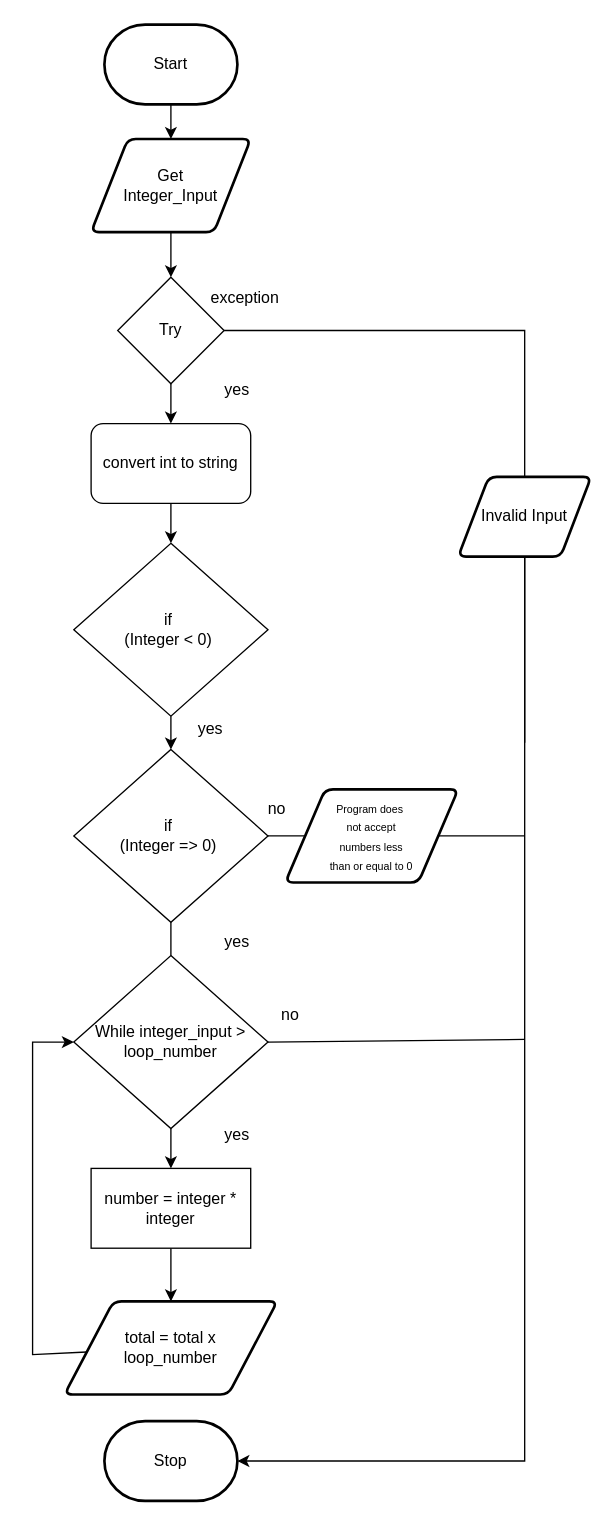
This is Drawio/FlowChart.Drawio from JacksonNaufal/ICS3U-Unit4-03-Python, a draw.io file, before an edit. Source tidied: cells renumbered, new cells numbered last; positions are measured from the earlier drawing's top-left corner, leaving out a move shared by most shapes. Both pictures are drawn from the tidied source at 133%, with x=0, y=0 at pixel (32, 24).
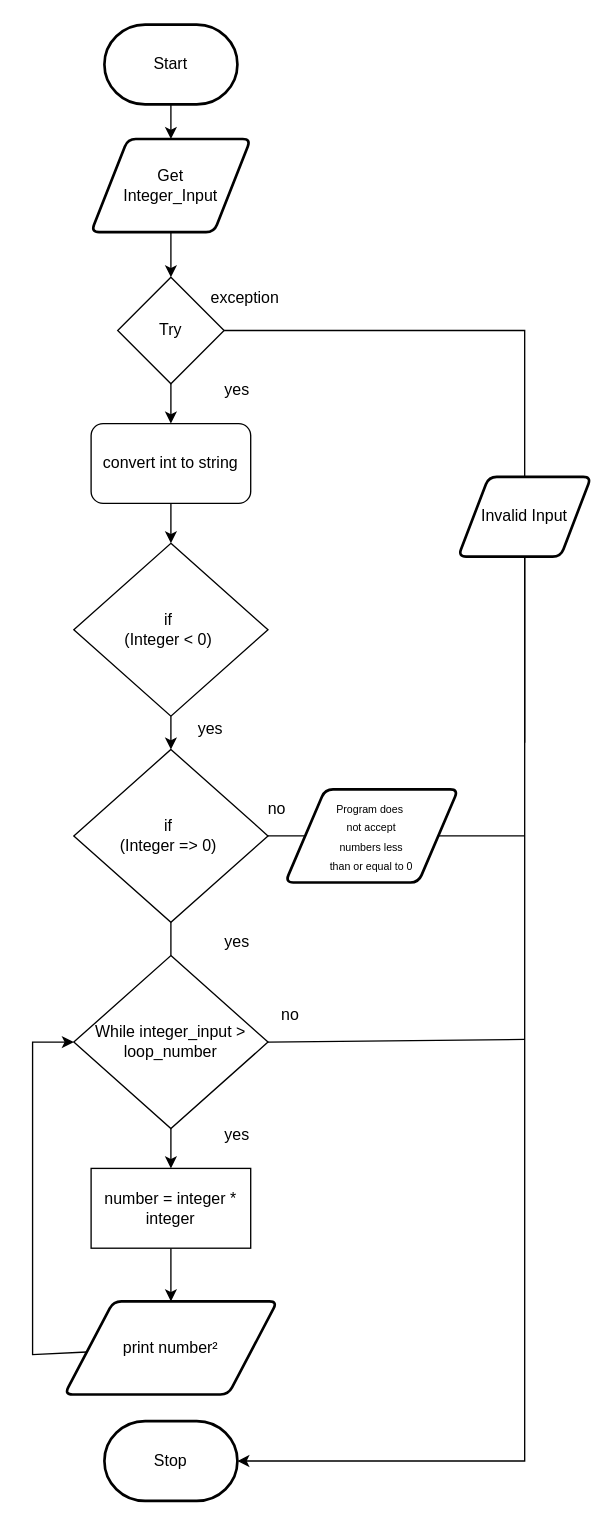
Above is the later version.

What changed in the source:
```diff
@@
-    <mxCell id="18" value="total = total x&lt;br&gt;loop_number" style="shape=parallelogram;html=1;strokeWidth=2;perimeter=parallelogramPerimeter;whiteSpace=wrap;rounded=1;arcSize=12;size=0.23;" parent="1" vertex="1">
+    <mxCell id="18" value="print number²" style="shape=parallelogram;html=1;strokeWidth=2;perimeter=parallelogramPerimeter;whiteSpace=wrap;rounded=1;arcSize=12;size=0.23;" parent="1" vertex="1">
       <mxGeometry x="24" y="960" width="160" height="70" as="geometry" />
     </mxCell>
```
